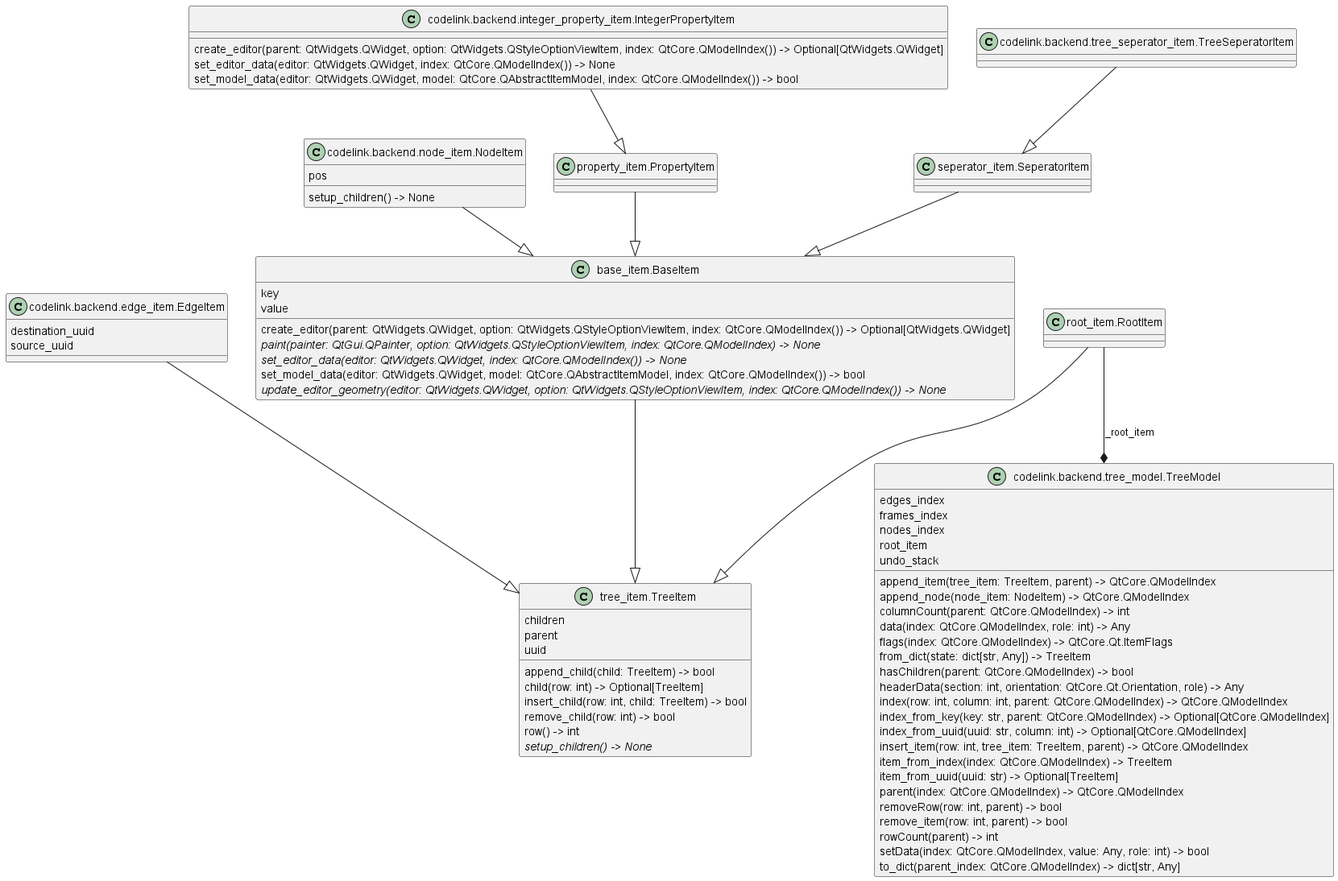
j8sr0230/codelink keeps this PlantUML diagram as img/backend_classes.png. Above is the earlier version.
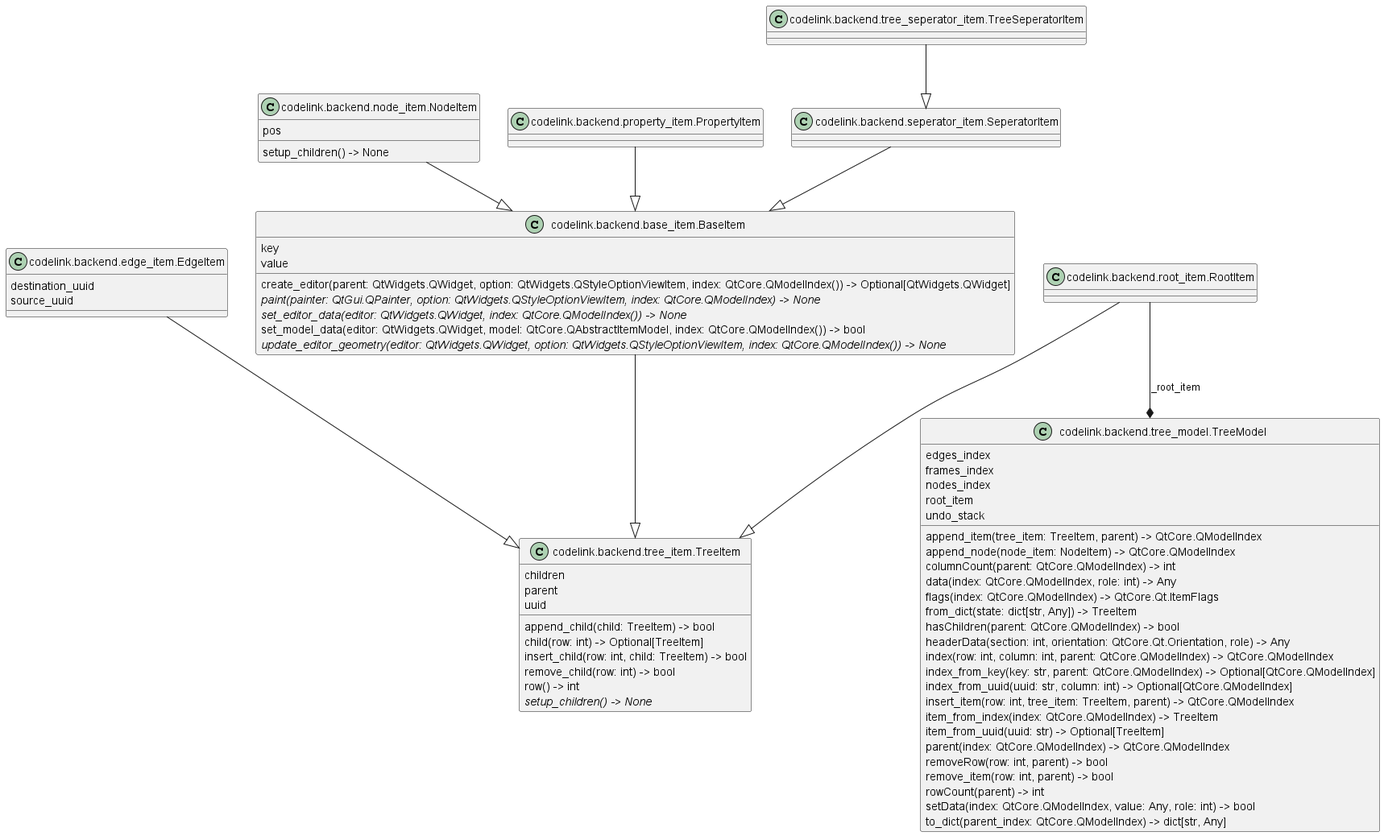
The same file after the commit.

The edit, as a diff of the source:
```diff
@@ -1,6 +1,6 @@
 @startuml classes
 set namespaceSeparator none
-class "base_item.BaseItem" as base_item.BaseItem {
+class "codelink.backend.base_item.BaseItem" as codelink.backend.base_item.BaseItem {
   key
   value
   create_editor(parent: QtWidgets.QWidget, option: QtWidgets.QStyleOptionViewItem, index: QtCore.QModelIndex()) -> Optional[QtWidgets.QWidget]
@@ -13,14 +13,26 @@
   destination_uuid
   source_uuid
 }
-class "codelink.backend.integer_property_item.IntegerPropertyItem" as codelink.backend.integer_property_item.IntegerPropertyItem {
-  create_editor(parent: QtWidgets.QWidget, option: QtWidgets.QStyleOptionViewItem, index: QtCore.QModelIndex()) -> Optional[QtWidgets.QWidget]
-  set_editor_data(editor: QtWidgets.QWidget, index: QtCore.QModelIndex()) -> None
-  set_model_data(editor: QtWidgets.QWidget, model: QtCore.QAbstractItemModel, index: QtCore.QModelIndex()) -> bool
-}
 class "codelink.backend.node_item.NodeItem" as codelink.backend.node_item.NodeItem {
   pos
   setup_children() -> None
+}
+class "codelink.backend.property_item.PropertyItem" as codelink.backend.property_item.PropertyItem {
+}
+class "codelink.backend.root_item.RootItem" as codelink.backend.root_item.RootItem {
+}
+class "codelink.backend.seperator_item.SeperatorItem" as codelink.backend.seperator_item.SeperatorItem {
+}
+class "codelink.backend.tree_item.TreeItem" as codelink.backend.tree_item.TreeItem {
+  children
+  parent
+  uuid
+  append_child(child: TreeItem) -> bool
+  child(row: int) -> Optional[TreeItem]
+  insert_child(row: int, child: TreeItem) -> bool
+  remove_child(row: int) -> bool
+  row() -> int
+  {abstract}setup_children() -> None
 }
 class "codelink.backend.tree_model.TreeModel" as codelink.backend.tree_model.TreeModel {
   edges_index
@@ -51,30 +63,12 @@
 }
 class "codelink.backend.tree_seperator_item.TreeSeperatorItem" as codelink.backend.tree_seperator_item.TreeSeperatorItem {
 }
-class "property_item.PropertyItem" as property_item.PropertyItem {
-}
-class "root_item.RootItem" as root_item.RootItem {
-}
-class "seperator_item.SeperatorItem" as seperator_item.SeperatorItem {
-}
-class "tree_item.TreeItem" as tree_item.TreeItem {
-  children
-  parent
-  uuid
-  append_child(child: TreeItem) -> bool
-  child(row: int) -> Optional[TreeItem]
-  insert_child(row: int, child: TreeItem) -> bool
-  remove_child(row: int) -> bool
-  row() -> int
-  {abstract}setup_children() -> None
-}
-base_item.BaseItem --|> tree_item.TreeItem
-codelink.backend.edge_item.EdgeItem --|> tree_item.TreeItem
-codelink.backend.integer_property_item.IntegerPropertyItem --|> property_item.PropertyItem
-codelink.backend.node_item.NodeItem --|> base_item.BaseItem
-codelink.backend.tree_seperator_item.TreeSeperatorItem --|> seperator_item.SeperatorItem
-property_item.PropertyItem --|> base_item.BaseItem
-root_item.RootItem --|> tree_item.TreeItem
-seperator_item.SeperatorItem --|> base_item.BaseItem
-root_item.RootItem --* codelink.backend.tree_model.TreeModel : _root_item
+codelink.backend.base_item.BaseItem --|> codelink.backend.tree_item.TreeItem
+codelink.backend.edge_item.EdgeItem --|> codelink.backend.tree_item.TreeItem
+codelink.backend.node_item.NodeItem --|> codelink.backend.base_item.BaseItem
+codelink.backend.property_item.PropertyItem --|> codelink.backend.base_item.BaseItem
+codelink.backend.root_item.RootItem --|> codelink.backend.tree_item.TreeItem
+codelink.backend.seperator_item.SeperatorItem --|> codelink.backend.base_item.BaseItem
+codelink.backend.tree_seperator_item.TreeSeperatorItem --|> codelink.backend.seperator_item.SeperatorItem
+codelink.backend.root_item.RootItem --* codelink.backend.tree_model.TreeModel : _root_item
 @enduml
```
